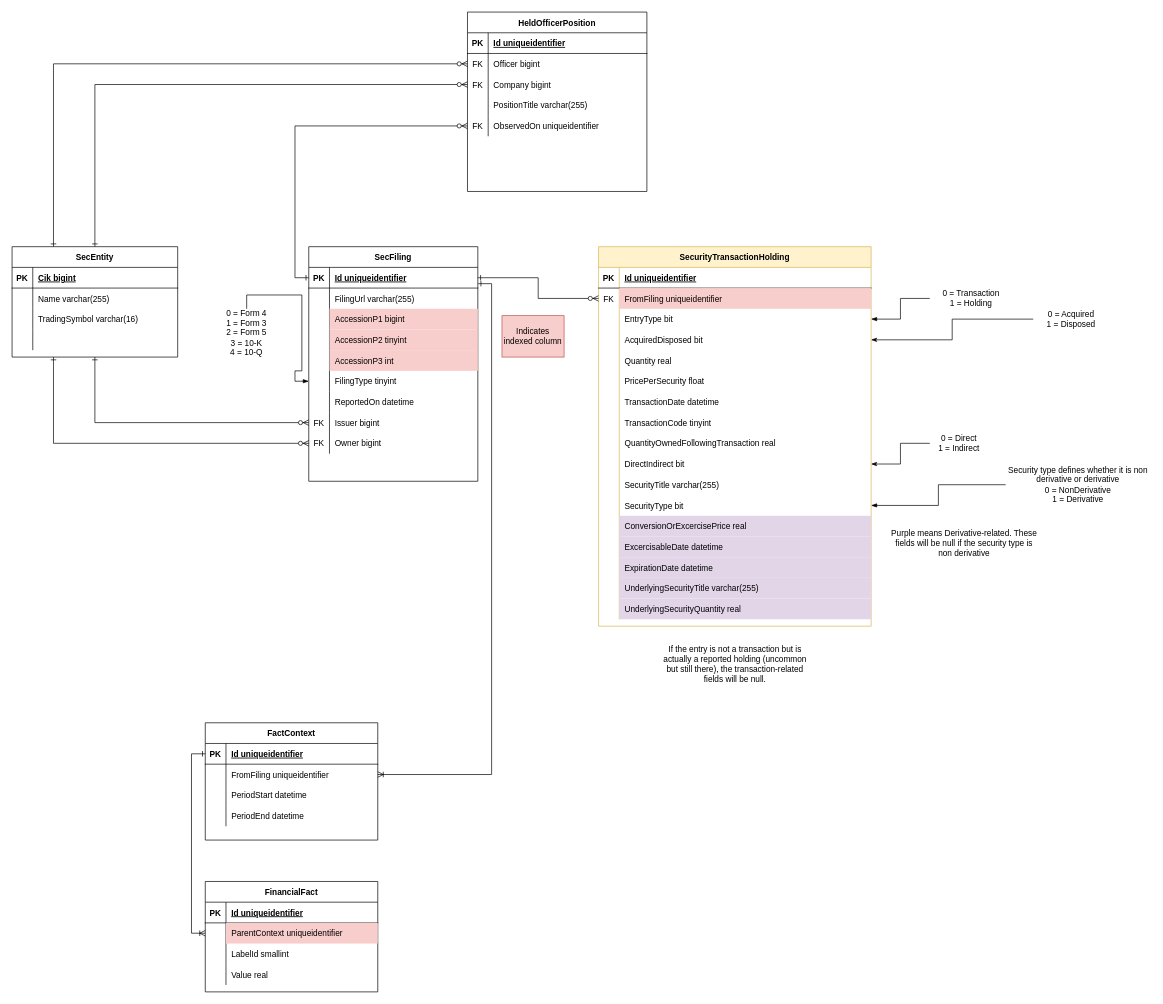
Above: page "Filing-Derived" (1 of 3) of AletheiaErd.drawio in TimHanewich/Aletheia-Engine-Library (draw.io), before the change. Source tidied: cells renumbered, new cells numbered last; positions are measured from the earlier drawing's top-left corner, leaving out a move shared by most shapes. Both pictures are drawn from the tidied source at 69%, with x=0, y=0 at pixel (12, 12).
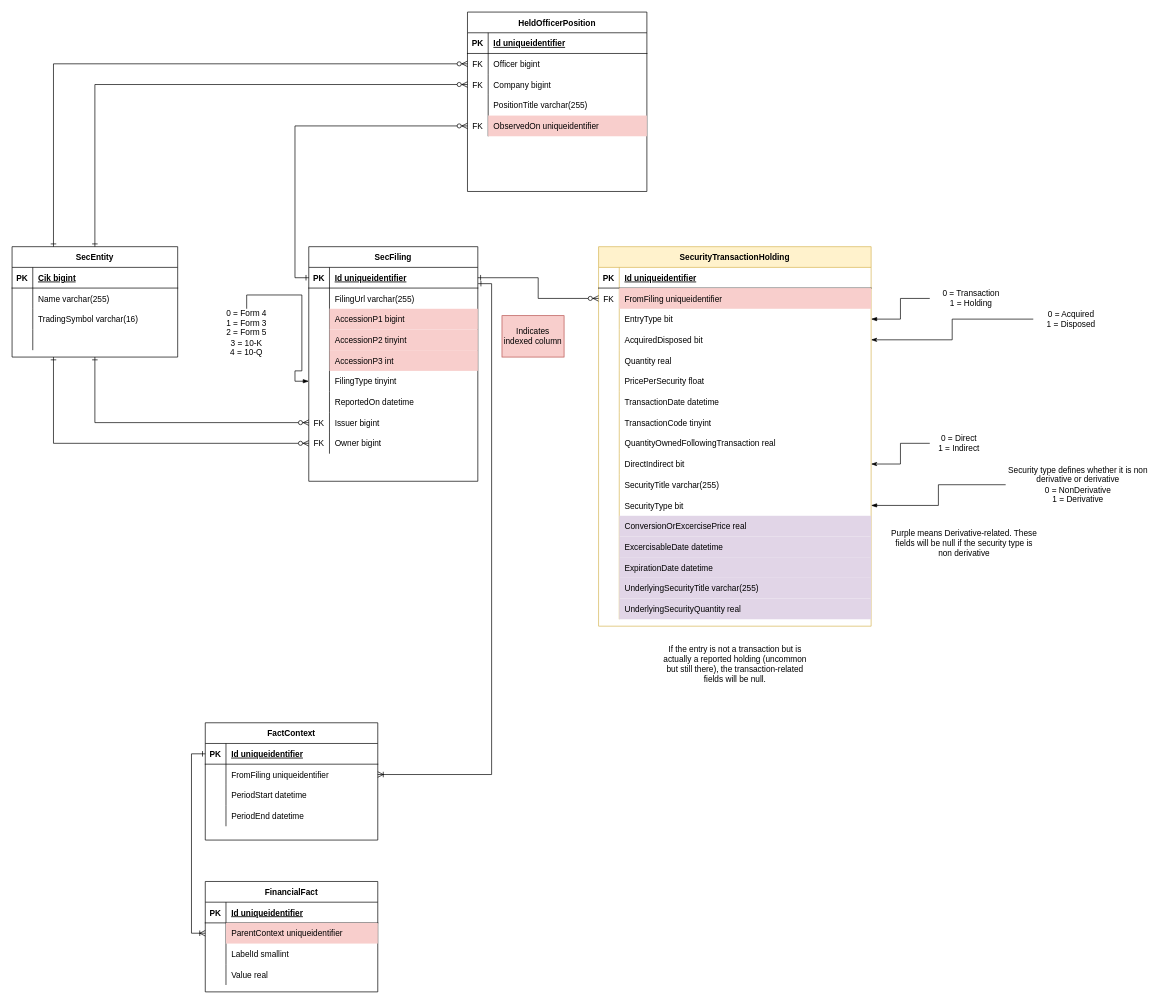
The same diagram, later.

Commit message:
Marked ObservedOn indexed

Unchanged cells that the change refers to:
```xml
<mxCell id="90" style="shape=partialRectangle;fillColor=none;top=0;left=0;bottom=0;right=0;points=[[0,0.5],[1,0.5]];portConstraint=eastwest;" parent="77" vertex="1">
  <mxGeometry y="150" width="260" height="30" as="geometry" />
</mxCell>
```

Diff of the diagram source:
```diff
@@
-    <mxCell id="92" value="ObservedOn uniqueidentifier" style="shape=partialRectangle;fillColor=none;top=0;left=0;bottom=0;right=0;align=left;spacingLeft=6;overflow=hidden;" parent="90" vertex="1">
+    <mxCell id="92" value="ObservedOn uniqueidentifier" style="shape=partialRectangle;fillColor=#f8cecc;top=0;left=0;bottom=0;right=0;align=left;spacingLeft=6;overflow=hidden;strokeColor=#b85450;" parent="90" vertex="1">
       <mxGeometry x="30" width="230" height="30" as="geometry" />
     </mxCell>
```
